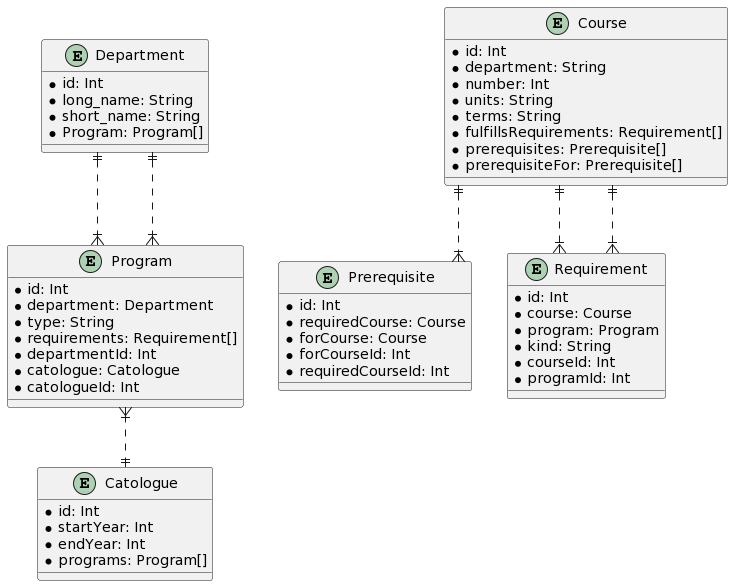
WesternConcrete/Cal-Poly-Enroller keeps this PlantUML diagram as kanban-dashboard/prisma/uml.png. Above is the earlier version.
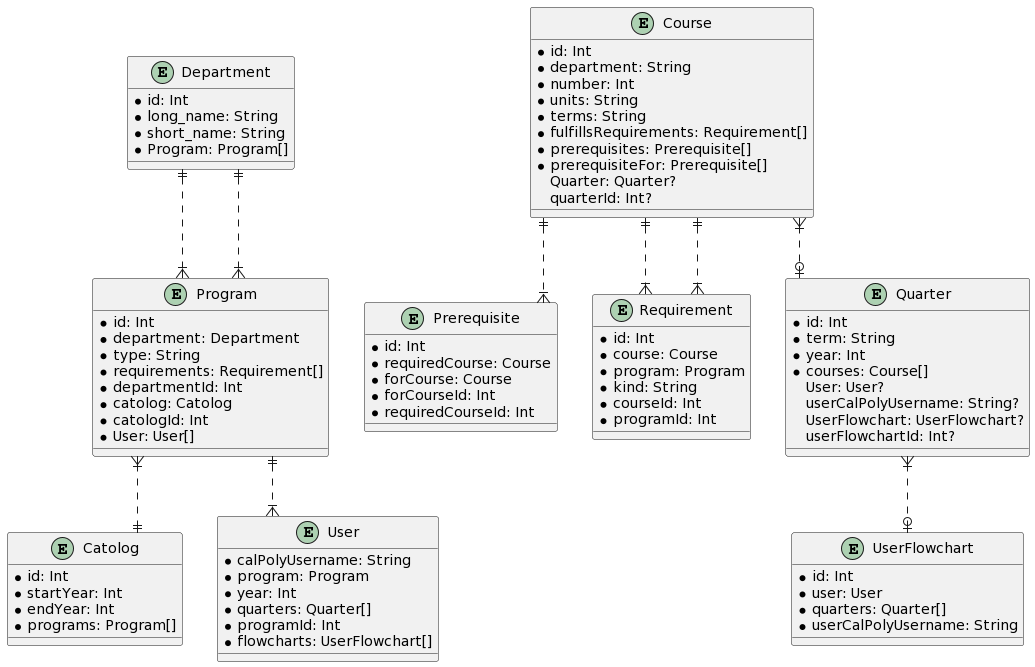
Later version of the same file.

Commit message:
Update DB UML Diagram

The edit, as a diff of the source:
```diff
@@ -17,6 +17,8 @@
   * fulfillsRequirements: Requirement[]
   * prerequisites: Prerequisite[]
   * prerequisiteFor: Prerequisite[]
+  Quarter: Quarter?
+  quarterId: Int?
 }
 
 entity Prerequisite {
@@ -42,15 +44,43 @@
   * type: String
   * requirements: Requirement[]
   * departmentId: Int
-  * catologue: Catologue
-  * catologueId: Int
+  * catolog: Catolog
+  * catologId: Int
+  * User: User[]
 }
 
-entity Catologue {
+entity Catolog {
   * id: Int
   * startYear: Int
   * endYear: Int
   * programs: Program[]
+}
+
+entity Quarter {
+  * id: Int
+  * term: String
+  * year: Int
+  * courses: Course[]
+  User: User?
+  userCalPolyUsername: String?
+  UserFlowchart: UserFlowchart?
+  userFlowchartId: Int?
+}
+
+entity User {
+  * calPolyUsername: String
+  * program: Program
+  * year: Int
+  * quarters: Quarter[]
+  * programId: Int
+  * flowcharts: UserFlowchart[]
+}
+
+entity UserFlowchart {
+  * id: Int
+  * user: User
+  * quarters: Quarter[]
+  * userCalPolyUsername: String
 }
 
 Department ||..|{ Program
@@ -58,5 +88,8 @@
 Course ||..|{ Prerequisite
 Course ||..|{ Requirement
 Department ||..|{ Program
-Program }|..|| Catologue
+Program }|..|| Catolog
+Course }|..o| Quarter
+Program ||..|{ User
+Quarter }|..o| UserFlowchart
 @enduml
```
